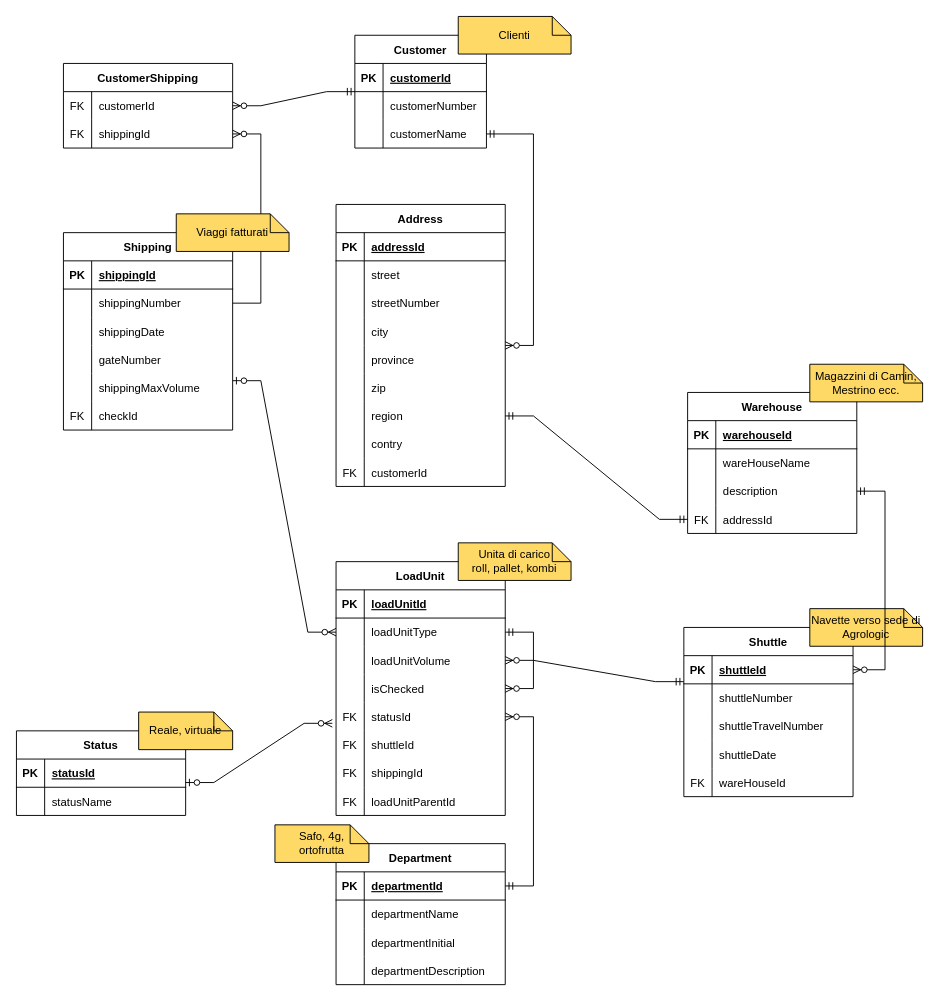
Earlier version of the draw.io diagram arcadia_db.drawio (gh0stb1t-dev/arcadia). Source tidied: cells renumbered, new cells numbered last; positions are measured from the earlier drawing's top-left corner, leaving out a move shared by most shapes. Both pictures are drawn from the tidied source at 94%, with x=0, y=0 at pixel (16, 16).
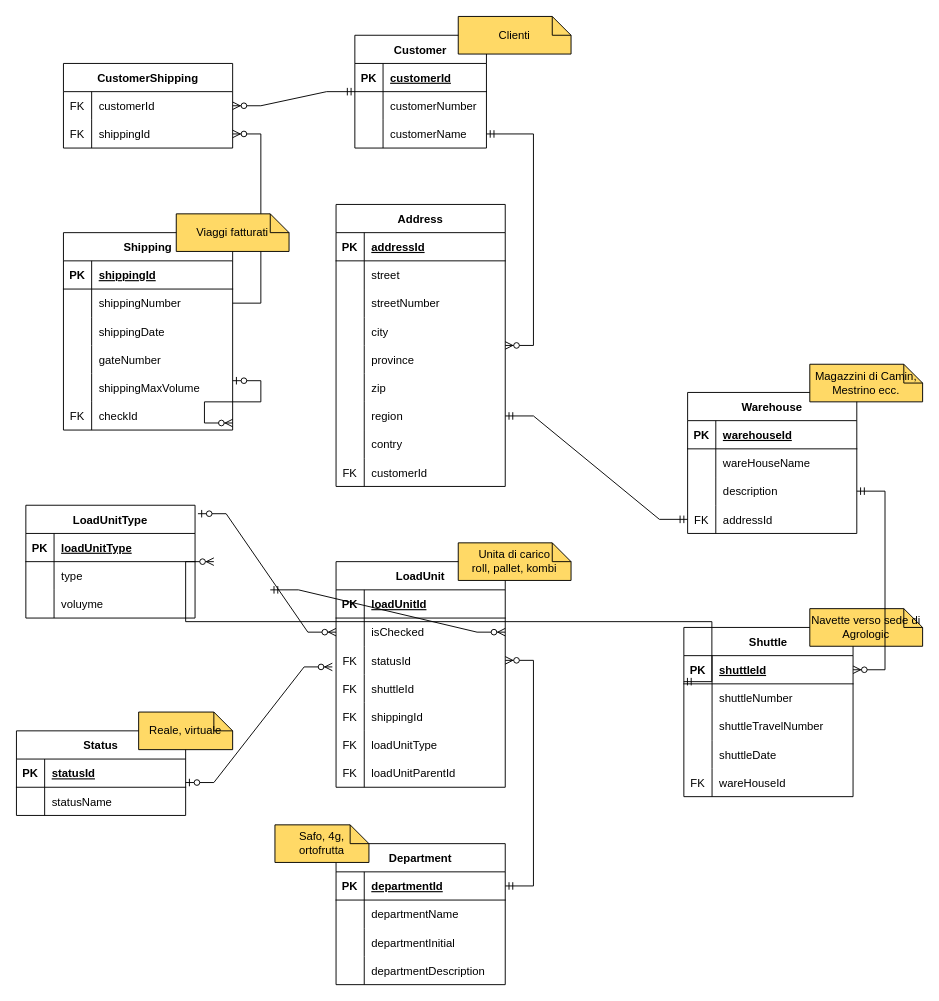
The same page after the edit.

Commit message:
Added "type" of load units as table

The change refers to these unchanged cells:
```xml
<mxCell id="12" value="Shipping" style="shape=table;startSize=30;childLayout=tableLayout;rowLines=0;fontStyle=1;align=center;" parent="1" vertex="1">
  <mxGeometry x="50" y="230" width="180" height="210" as="geometry" />
</mxCell>
<mxCell id="113" style="shape=tableRow;horizontal=0;startSize=0;swimlaneHead=0;swimlaneBody=0;fillColor=none;points=[[0,0.5],[1,0.5]];portConstraint=eastwest;top=0;left=0;right=0;bottom=0;" parent="109" vertex="1">
  <mxGeometry y="60" width="180" height="30" as="geometry" />
</mxCell>
```

Diff of the diagram source:
```diff
@@
     <mxCell id="40" value="LoadUnit" style="shape=table;startSize=30;childLayout=tableLayout;rowLines=0;fontStyle=1;align=center;" parent="1" vertex="1">
-      <mxGeometry x="340" y="580" width="180" height="270" as="geometry" />
+      <mxGeometry x="340" y="580" width="180" height="240" as="geometry" />
     </mxCell>
@@
-    <mxCell id="44" style="shape=tableRow;horizontal=0;startSize=0;swimlaneHead=0;swimlaneBody=0;fillColor=none;points=[[0,0.5],[1,0.5]];portConstraint=eastwest;top=0;left=0;right=0;bottom=0;" parent="40" vertex="1">
-      <mxGeometry y="60" width="180" height="30" as="geometry" />
-    </mxCell>
-    <mxCell id="45" style="shape=partialRectangle;fillColor=none;top=0;left=0;bottom=0;right=0;overflow=hidden;" parent="44" vertex="1">
-      <mxGeometry width="30" height="30" as="geometry" />
-    </mxCell>
-    <mxCell id="46" value="loadUnitType" style="shape=partialRectangle;fillColor=none;top=0;left=0;bottom=0;right=0;align=left;spacingLeft=6;overflow=hidden;" parent="44" vertex="1">
-      <mxGeometry x="30" width="150" height="30" as="geometry" />
-    </mxCell>
-    <mxCell id="47" style="shape=tableRow;horizontal=0;startSize=0;swimlaneHead=0;swimlaneBody=0;fillColor=none;points=[[0,0.5],[1,0.5]];portConstraint=eastwest;top=0;left=0;right=0;bottom=0;" parent="40" vertex="1">
-      <mxGeometry y="90" width="180" height="30" as="geometry" />
-    </mxCell>
-    <mxCell id="48" style="shape=partialRectangle;fillColor=none;top=0;left=0;bottom=0;right=0;overflow=hidden;" parent="47" vertex="1">
-      <mxGeometry width="30" height="30" as="geometry" />
-    </mxCell>
-    <mxCell id="49" value="loadUnitVolume" style="shape=partialRectangle;fillColor=none;top=0;left=0;bottom=0;right=0;align=left;spacingLeft=6;overflow=hidden;" parent="47" vertex="1">
-      <mxGeometry x="30" width="150" height="30" as="geometry" />
-    </mxCell>
     <mxCell id="50" style="shape=tableRow;horizontal=0;startSize=0;swimlaneHead=0;swimlaneBody=0;fillColor=none;points=[[0,0.5],[1,0.5]];portConstraint=eastwest;top=0;left=0;right=0;bottom=0;" parent="40" vertex="1">
-      <mxGeometry y="120" width="180" height="30" as="geometry" />
+      <mxGeometry y="60" width="180" height="30" as="geometry" />
     </mxCell>
@@
     <mxCell id="53" style="shape=tableRow;horizontal=0;startSize=0;swimlaneHead=0;swimlaneBody=0;fillColor=none;points=[[0,0.5],[1,0.5]];portConstraint=eastwest;top=0;left=0;right=0;bottom=0;" parent="40" vertex="1">
-      <mxGeometry y="150" width="180" height="30" as="geometry" />
+      <mxGeometry y="90" width="180" height="30" as="geometry" />
     </mxCell>
@@
     <mxCell id="56" style="shape=tableRow;horizontal=0;startSize=0;swimlaneHead=0;swimlaneBody=0;fillColor=none;top=0;left=0;right=0;bottom=0;" parent="40" vertex="1">
-      <mxGeometry y="180" width="180" height="30" as="geometry" />
+      <mxGeometry y="120" width="180" height="30" as="geometry" />
     </mxCell>
@@
     <mxCell id="59" style="shape=tableRow;horizontal=0;startSize=0;swimlaneHead=0;swimlaneBody=0;fillColor=none;top=0;left=0;right=0;bottom=0;" parent="40" vertex="1">
-      <mxGeometry y="210" width="180" height="30" as="geometry" />
+      <mxGeometry y="150" width="180" height="30" as="geometry" />
     </mxCell>
@@
+    <mxCell id="157" style="shape=tableRow;horizontal=0;startSize=0;swimlaneHead=0;swimlaneBody=0;fillColor=none;top=0;left=0;right=0;bottom=0;" parent="40" vertex="1">
+      <mxGeometry y="180" width="180" height="30" as="geometry" />
+    </mxCell>
+    <mxCell id="158" value="FK" style="shape=partialRectangle;fillColor=none;top=0;left=0;bottom=0;right=0;overflow=hidden;" parent="157" vertex="1">
+      <mxGeometry width="30" height="30" as="geometry" />
+    </mxCell>
+    <mxCell id="46" value="loadUnitType" style="shape=partialRectangle;fillColor=none;top=0;left=0;bottom=0;right=0;align=left;spacingLeft=6;overflow=hidden;" parent="157" vertex="1">
+      <mxGeometry x="30" width="150" height="30" as="geometry" />
+    </mxCell>
     <mxCell id="62" style="shape=tableRow;horizontal=0;startSize=0;swimlaneHead=0;swimlaneBody=0;fillColor=none;top=0;left=0;right=0;bottom=0;" parent="40" vertex="1">
-      <mxGeometry y="240" width="180" height="30" as="geometry" />
+      <mxGeometry y="210" width="180" height="30" as="geometry" />
     </mxCell>
@@
-    <mxCell id="65" style="edgeStyle=entityRelationEdgeStyle;fontSize=12;html=1;endArrow=ERzeroToMany;startArrow=ERmandOne;rounded=0;exitX=1;exitY=0.5;exitDx=0;exitDy=0;entryX=1;entryY=0.5;entryDx=0;entryDy=0;" parent="40" edge="1" source="44" target="50">
-      <mxGeometry relative="1" as="geometry" />
+    <mxCell id="65" style="edgeStyle=entityRelationEdgeStyle;fontSize=12;html=1;endArrow=ERzeroToMany;startArrow=ERmandOne;rounded=0;exitX=1;exitY=0.5;exitDx=0;exitDy=0;entryX=1;entryY=0.5;entryDx=0;entryDy=0;" parent="40" edge="1" target="50">
+      <mxGeometry relative="1" as="geometry">
+        <mxPoint x="-70" y="30" as="sourcePoint" />
+      </mxGeometry>
     </mxCell>
-    <mxCell id="66" style="edgeStyle=entityRelationEdgeStyle;fontSize=12;html=1;endArrow=ERzeroToMany;startArrow=ERzeroToOne;rounded=0;exitX=1;exitY=0.75;exitDx=0;exitDy=0;" parent="1" edge="1" source="12" target="44">
-      <mxGeometry relative="1" as="geometry" />
+    <mxCell id="66" style="edgeStyle=entityRelationEdgeStyle;fontSize=12;html=1;endArrow=ERzeroToMany;startArrow=ERzeroToOne;rounded=0;exitX=1;exitY=0.75;exitDx=0;exitDy=0;" parent="1" edge="1" source="12">
+      <mxGeometry relative="1" as="geometry">
+        <mxPoint x="230" y="432.5" as="targetPoint" />
+      </mxGeometry>
     </mxCell>
@@
-    <mxCell id="155" style="edgeStyle=entityRelationEdgeStyle;fontSize=12;html=1;endArrow=ERzeroToMany;startArrow=ERmandOne;rounded=0;exitX=-0.001;exitY=-0.078;exitDx=0;exitDy=0;exitPerimeter=0;" parent="1" edge="1" source="113" target="47">
-      <mxGeometry relative="1" as="geometry" />
+    <mxCell id="155" style="edgeStyle=entityRelationEdgeStyle;fontSize=12;html=1;endArrow=ERzeroToMany;startArrow=ERmandOne;rounded=0;exitX=-0.001;exitY=-0.078;exitDx=0;exitDy=0;exitPerimeter=0;" parent="1" edge="1" source="113">
+      <mxGeometry relative="1" as="geometry">
+        <mxPoint x="210" y="580" as="targetPoint" />
+      </mxGeometry>
     </mxCell>
@@
+    <mxCell id="159" value="LoadUnitType" style="shape=table;startSize=30;childLayout=tableLayout;rowLines=0;fontStyle=1;align=center;" parent="1" vertex="1">
+      <mxGeometry x="10" y="520" width="180" height="120" as="geometry" />
+    </mxCell>
+    <mxCell id="160" style="shape=tableRow;horizontal=0;startSize=0;swimlaneHead=0;swimlaneBody=0;fillColor=none;top=0;left=0;right=0;bottom=1;" parent="159" vertex="1">
+      <mxGeometry y="30" width="180" height="30" as="geometry" />
+    </mxCell>
+    <mxCell id="161" value="PK" style="shape=partialRectangle;fillColor=none;top=0;left=0;bottom=0;right=0;fontStyle=1;overflow=hidden;" parent="160" vertex="1">
+      <mxGeometry width="30" height="30" as="geometry" />
+    </mxCell>
+    <mxCell id="162" value="loadUnitType" style="shape=partialRectangle;fillColor=none;top=0;left=0;bottom=0;right=0;align=left;spacingLeft=6;fontStyle=5;overflow=hidden;" parent="160" vertex="1">
+      <mxGeometry x="30" width="150" height="30" as="geometry" />
+    </mxCell>
+    <mxCell id="44" style="shape=tableRow;horizontal=0;startSize=0;swimlaneHead=0;swimlaneBody=0;fillColor=none;points=[[0,0.5],[1,0.5]];portConstraint=eastwest;top=0;left=0;right=0;bottom=0;" parent="159" vertex="1">
+      <mxGeometry y="60" width="180" height="30" as="geometry" />
+    </mxCell>
+    <mxCell id="163" style="shape=partialRectangle;fillColor=none;top=0;left=0;bottom=0;right=0;overflow=hidden;" parent="44" vertex="1">
+      <mxGeometry width="30" height="30" as="geometry" />
+    </mxCell>
+    <mxCell id="164" value="type" style="shape=partialRectangle;fillColor=none;top=0;left=0;bottom=0;right=0;align=left;spacingLeft=6;overflow=hidden;" parent="44" vertex="1">
+      <mxGeometry x="30" width="150" height="30" as="geometry" />
+    </mxCell>
+    <mxCell id="47" style="shape=tableRow;horizontal=0;startSize=0;swimlaneHead=0;swimlaneBody=0;fillColor=none;points=[[0,0.5],[1,0.5]];portConstraint=eastwest;top=0;left=0;right=0;bottom=0;" parent="159" vertex="1">
+      <mxGeometry y="90" width="180" height="30" as="geometry" />
+    </mxCell>
+    <mxCell id="165" style="shape=partialRectangle;fillColor=none;top=0;left=0;bottom=0;right=0;overflow=hidden;" parent="47" vertex="1">
+      <mxGeometry width="30" height="30" as="geometry" />
+    </mxCell>
+    <mxCell id="166" value="voluyme" style="shape=partialRectangle;fillColor=none;top=0;left=0;bottom=0;right=0;align=left;spacingLeft=6;overflow=hidden;" parent="47" vertex="1">
+      <mxGeometry x="30" width="150" height="30" as="geometry" />
+    </mxCell>
+    <mxCell id="167" style="edgeStyle=entityRelationEdgeStyle;fontSize=12;html=1;endArrow=ERzeroToMany;startArrow=ERzeroToOne;rounded=0;exitX=1.017;exitY=0.075;exitDx=0;exitDy=0;exitPerimeter=0;" parent="1" edge="1" source="159" target="50">
+      <mxGeometry relative="1" as="geometry" />
+    </mxCell>
```
